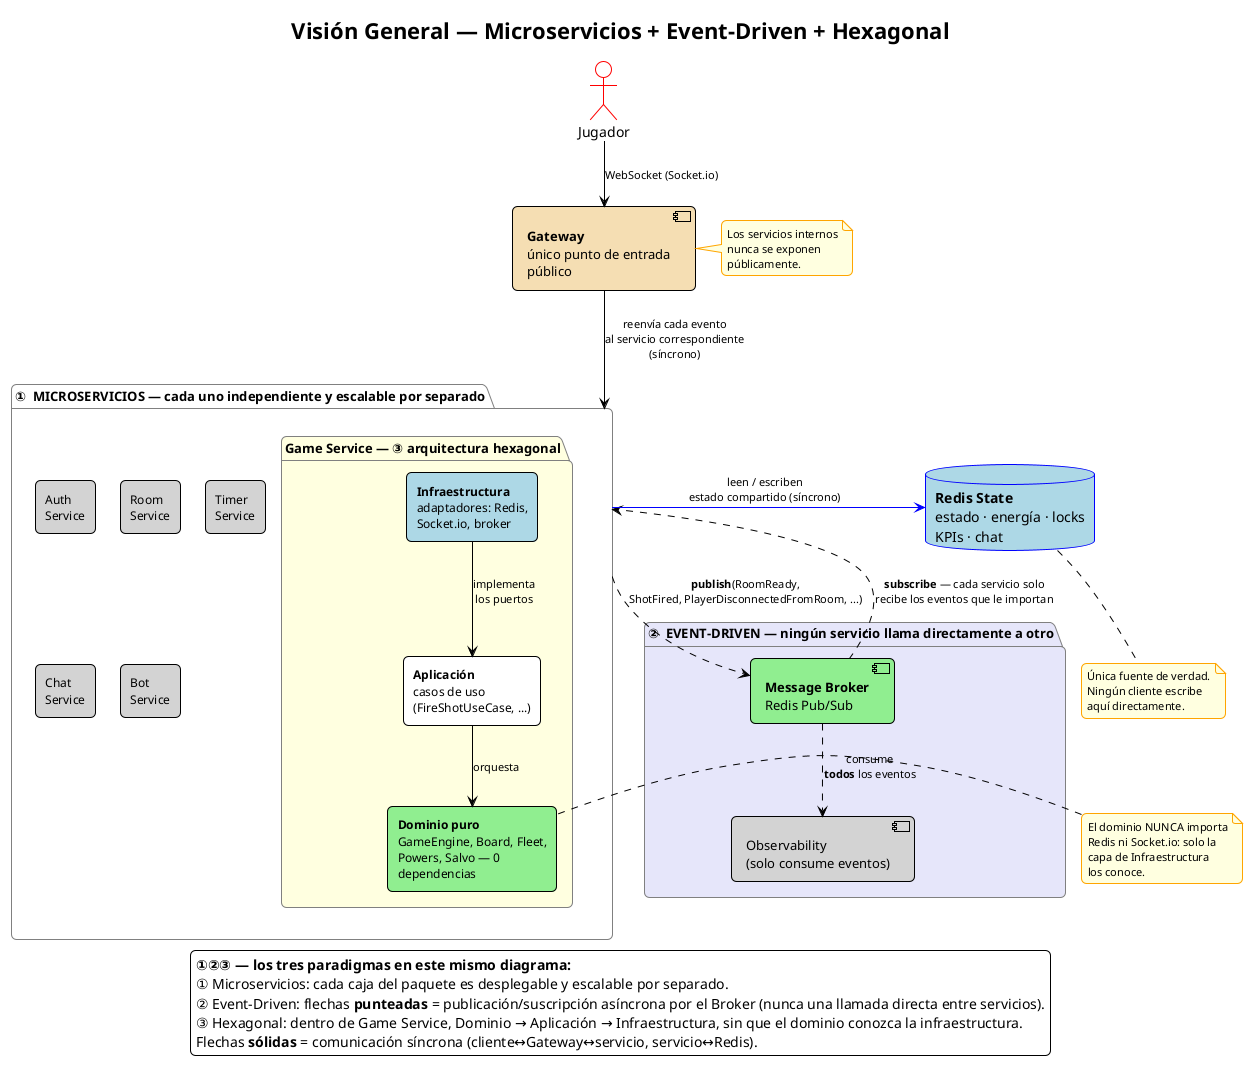
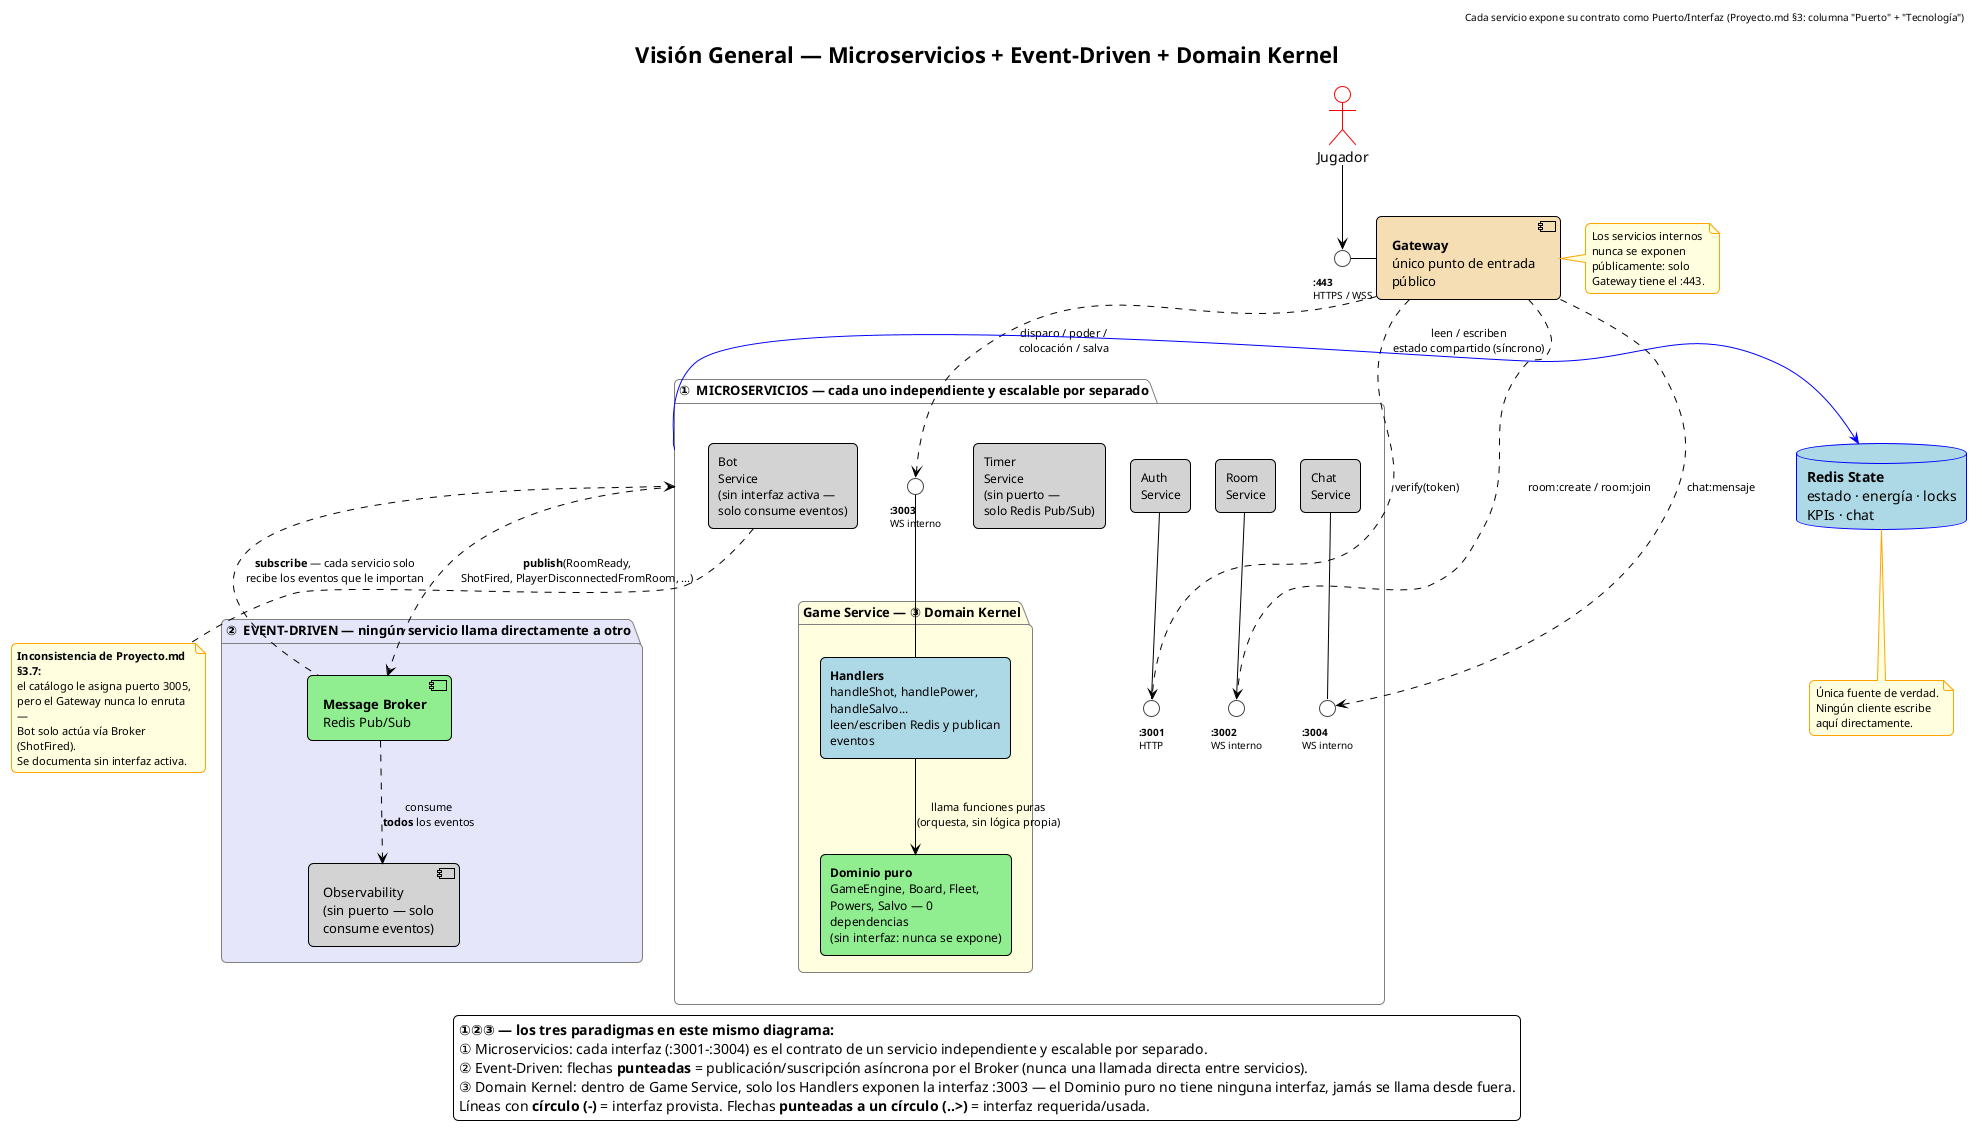
@startuml 02-vision-general-arquitectura

- title Visión General — Microservicios + Event-Driven + Hexagonal
+ title Visión General — Microservicios + Event-Driven + Domain Kernel
+ header Cada servicio expone su contrato como Puerto/Interfaz (Proyecto.md §3: columna "Puerto" + "Tecnología")

!theme plain
skinparam defaultFontName Consolas
skinparam wrapWidth 180
skinparam nodesep 25
skinparam ranksep 50
skinparam shadowing false
skinparam roundCorner 10
skinparam component {
  BackgroundColor LightGray
  BorderColor Black
  FontSize 13
}
skinparam database {
  BackgroundColor LightBlue
  BorderColor Blue
  FontSize 14
}
skinparam actor {
  BorderColor Red
}
skinparam package {
  BackgroundColor White
  BorderColor Gray
  FontSize 13
}
skinparam rectangle {
  FontSize 12
}
+ skinparam interface {
+   BackgroundColor White
+   BorderColor #444444
+   FontSize 10
+ }
skinparam note {
  BackgroundColor LightYellow
  BorderColor Orange
  FontSize 11
}
skinparam ArrowFontSize 11

actor "Jugador" as Jugador

+ ' --- Interfaz pública (la única que el cliente conoce) ---
+ interface "**:443**\nHTTPS / WSS" as IGateway
+ 
component "**Gateway**\núnico punto de entrada público" as Gateway #Wheat
+ 
+ Jugador -down-> IGateway
+ IGateway - Gateway

package "①  MICROSERVICIOS — cada uno independiente y escalable por separado" as Micro {

+   ' --- Interfaces internas: una por servicio, según Proyecto.md §3 (Puerto + Tecnología) ---
+   interface "**:3001**\nHTTP" as IAuth
+   interface "**:3002**\nWS interno" as IRoom
+   interface "**:3003**\nWS interno" as IGame
+   interface "**:3004**\nWS interno" as IChat
+ 
  rectangle "Auth\nService" as Auth #LightGray
  rectangle "Room\nService" as Room #LightGray
-   rectangle "Timer\nService" as Timer #LightGray
+   rectangle "Timer\nService\n(sin puerto —\nsolo Redis Pub/Sub)" as Timer #LightGray
  rectangle "Chat\nService" as Chat #LightGray
-   rectangle "Bot\nService" as Bot #LightGray
+   rectangle "Bot\nService\n(sin interfaz activa —\nsolo consume eventos)" as Bot #LightGray

-   package "**Game Service** — ③ arquitectura hexagonal" as GameBox #LightYellow {
-     rectangle "**Infraestructura**\nadaptadores: Redis,\nSocket.io, broker" as Infra #LightBlue
-     rectangle "**Aplicación**\ncasos de uso\n(FireShotUseCase, ...)" as App #White
-     rectangle "**Dominio puro**\nGameEngine, Board, Fleet,\nPowers, Salvo — 0 dependencias" as Domain #LightGreen
+   Auth -- IAuth
+   Room -- IRoom
+   Chat -- IChat

-     Infra -down-> App : implementa\nlos puertos
-     App -down-> Domain : orquesta
+   package "**Game Service** — ③ Domain Kernel" as GameBox #LightYellow {
+     rectangle "**Handlers**\nhandleShot, handlePower, handleSalvo...\nleen/escriben Redis y publican eventos" as Handlers #LightBlue
+     rectangle "**Dominio puro**\nGameEngine, Board, Fleet,\nPowers, Salvo — 0 dependencias\n(sin interfaz: nunca se expone)" as Domain #LightGreen
+ 
+     Handlers -down-> Domain : llama funciones puras\n(orquesta, sin lógica propia)
+     Handlers -up- IGame
  }
}

+ Gateway ..> IAuth : verify(token)
+ Gateway ..> IRoom : room:create / room:join
+ Gateway ..> IGame : disparo / poder /\ncolocación / salva
+ Gateway ..> IChat : chat:mensaje
+ 
package "②  EVENT-DRIVEN — ningún servicio llama directamente a otro" as EventZone #Lavender {
  component "**Message Broker**\nRedis Pub/Sub" as Broker #LightGreen
-   component "Observability\n(solo consume eventos)" as Obs #LightGray
+   component "Observability\n(sin puerto — solo\nconsume eventos)" as Obs #LightGray

  Broker .down.> Obs : consume\n**todos** los eventos
}

database "**Redis State**\nestado · energía · locks\nKPIs · chat" as Redis

- ' --- Comunicación síncrona (línea sólida): cliente -> sistema ---
- Jugador -down-> Gateway : WebSocket (Socket.io)
- Gateway -down-> Micro : reenvía cada evento\nal servicio correspondiente\n(síncrono)
- 
' --- Comunicación asíncrona (línea punteada): el corazón del Event-Driven ---
Micro .down.> Broker : **publish**(RoomReady,\nShotFired, PlayerDisconnectedFromRoom, ...)
Broker .up.> Micro : **subscribe** — cada servicio solo\nrecibe los eventos que le importan

Micro -[#blue]right-> Redis : leen / escriben\nestado compartido (síncrono)
- 
- note left of Domain
-   El dominio NUNCA importa
-   Redis ni Socket.io: solo la
-   capa de Infraestructura
-   los conoce.
- end note

note bottom of Redis
  Única fuente de verdad.
  Ningún cliente escribe
  aquí directamente.
end note

note right of Gateway
  Los servicios internos
  nunca se exponen
-   públicamente.
+   públicamente: solo
+   Gateway tiene el :443.
+ end note
+ 
+ note bottom of Bot
+   **Inconsistencia de Proyecto.md §3.7:**
+   el catálogo le asigna puerto 3005,
+   pero el Gateway nunca lo enruta —
+   Bot solo actúa vía Broker (ShotFired).
+   Se documenta sin interfaz activa.
end note

legend bottom center
  <b>①②③ — los tres paradigmas en este mismo diagrama:</b>
-   ① Microservicios: cada caja del paquete es desplegable y escalable por separado.
+   ① Microservicios: cada interfaz (:3001-:3004) es el contrato de un servicio independiente y escalable por separado.
  ② Event-Driven: flechas <b>punteadas</b> = publicación/suscripción asíncrona por el Broker (nunca una llamada directa entre servicios).
-   ③ Hexagonal: dentro de Game Service, Dominio → Aplicación → Infraestructura, sin que el dominio conozca la infraestructura.
-   Flechas <b>sólidas</b> = comunicación síncrona (cliente↔Gateway↔servicio, servicio↔Redis).
+   ③ Domain Kernel: dentro de Game Service, solo los Handlers exponen la interfaz :3003 — el Dominio puro no tiene ninguna interfaz, jamás se llama desde fuera.
+   Líneas con <b>círculo (-)</b> = interfaz provista. Flechas <b>punteadas a un círculo (..>)</b> = interfaz requerida/usada.
end legend

@enduml
